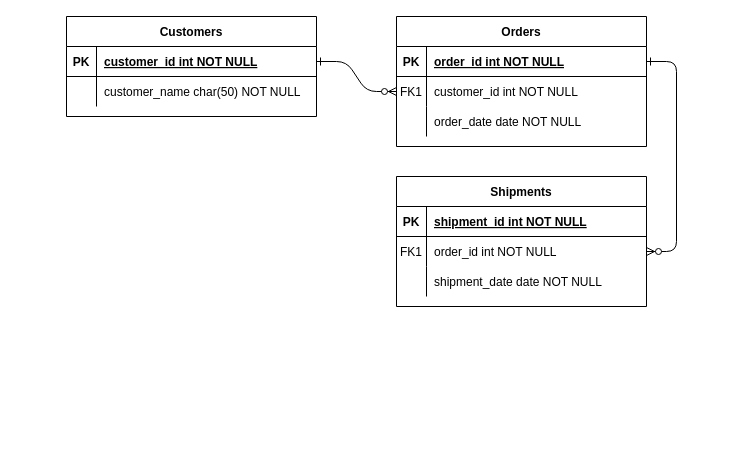
Before: Untitled Diagram.drawio in dezywandrio04/hrdapp, a draw.io diagram. Source tidied: cells renumbered, new cells numbered last; positions are measured from the earlier drawing's top-left corner, leaving out a move shared by most shapes. Both pictures are drawn from the tidied source at 100%, with x=0, y=0 at pixel (66, 16).
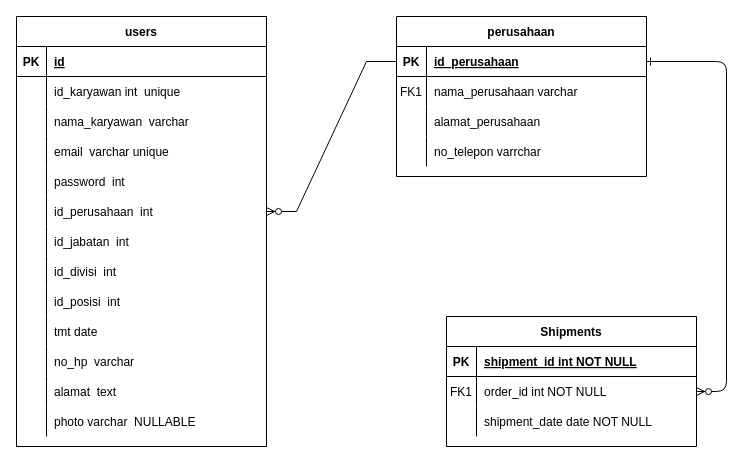
After the change.

The change refers to these unchanged cells:
```xml
<mxCell id="5" style="shape=partialRectangle;fillColor=none;points=[[0,0.5],[1,0.5]];portConstraint=eastwest;top=0;left=0;right=0;bottom=1;" parent="4" vertex="1">
  <mxGeometry y="30" width="250" height="30" as="geometry" />
</mxCell>
<mxCell id="8" style="shape=partialRectangle;fillColor=none;points=[[0,0.5],[1,0.5]];portConstraint=eastwest;top=0;left=0;right=0;bottom=0;" parent="4" vertex="1">
  <mxGeometry y="60" width="250" height="30" as="geometry" />
</mxCell>
<mxCell id="11" style="shape=partialRectangle;fillColor=none;top=0;left=0;right=0;bottom=0;" parent="4" vertex="1">
  <mxGeometry y="90" width="250" height="30" as="geometry" />
</mxCell>
<mxCell id="25" style="shape=partialRectangle;fillColor=none;points=[[0,0.5],[1,0.5]];portConstraint=eastwest;top=0;left=0;right=0;bottom=1;" parent="24" vertex="1">
  <mxGeometry y="30" width="250" height="30" as="geometry" />
</mxCell>
<mxCell id="28" style="shape=partialRectangle;fillColor=none;top=0;left=0;right=0;bottom=0;" parent="24" vertex="1">
  <mxGeometry y="60" width="250" height="30" as="geometry" />
</mxCell>
```

The edit, as a diff of the source:
```diff
@@
-    <mxCell id="2" style="edgeStyle=entityRelationEdgeStyle;endArrow=ERzeroToMany;startArrow=ERone;endFill=1;startFill=0;" parent="1" edge="1" source="25" target="8">
-      <mxGeometry relative="1" as="geometry" />
-    </mxCell>
@@
-    <mxCell id="4" value="Orders" style="shape=table;startSize=30;childLayout=tableLayout;rowLines=0;fontStyle=1;align=center;" parent="1" vertex="1">
-      <mxGeometry x="330" width="250" height="130" as="geometry" />
+    <mxCell id="4" value="perusahaan" style="shape=table;startSize=30;childLayout=tableLayout;rowLines=0;fontStyle=1;align=center;" parent="1" vertex="1">
+      <mxGeometry x="330" width="250" height="160" as="geometry" />
     </mxCell>
@@
-    <mxCell id="7" value="order_id int NOT NULL " style="shape=partialRectangle;overflow=hidden;fillColor=none;top=0;left=0;bottom=0;right=0;align=left;spacingLeft=6;fontStyle=5;" parent="5" vertex="1">
+    <mxCell id="7" value="id_perusahaan" style="shape=partialRectangle;overflow=hidden;fillColor=none;top=0;left=0;bottom=0;right=0;align=left;spacingLeft=6;fontStyle=5;" parent="5" vertex="1">
       <mxGeometry x="30" width="220" height="30" as="geometry" />
     </mxCell>
@@
-    <mxCell id="10" value="customer_id int NOT NULL" style="shape=partialRectangle;overflow=hidden;fillColor=none;top=0;left=0;bottom=0;right=0;align=left;spacingLeft=6;" parent="8" vertex="1">
+    <mxCell id="10" value="nama_perusahaan varchar" style="shape=partialRectangle;overflow=hidden;fillColor=none;top=0;left=0;bottom=0;right=0;align=left;spacingLeft=6;" parent="8" vertex="1">
       <mxGeometry x="30" width="220" height="30" as="geometry" />
     </mxCell>
@@
-    <mxCell id="13" value="order_date date NOT NULL" style="shape=partialRectangle;overflow=hidden;fillColor=none;top=0;left=0;bottom=0;right=0;align=left;spacingLeft=6;" parent="11" vertex="1">
+    <mxCell id="13" value="alamat_perusahaan" style="shape=partialRectangle;overflow=hidden;fillColor=none;top=0;left=0;bottom=0;right=0;align=left;spacingLeft=6;" parent="11" vertex="1">
       <mxGeometry x="30" width="220" height="30" as="geometry" />
     </mxCell>
+    <mxCell id="31" style="shape=partialRectangle;fillColor=none;top=0;left=0;right=0;bottom=0;" parent="4" vertex="1">
+      <mxGeometry y="120" width="250" height="30" as="geometry" />
+    </mxCell>
+    <mxCell id="32" style="shape=partialRectangle;overflow=hidden;fillColor=none;top=0;left=0;bottom=0;right=0;" parent="31" vertex="1">
+      <mxGeometry width="30" height="30" as="geometry" />
+    </mxCell>
+    <mxCell id="33" value="no_telepon varrchar" style="shape=partialRectangle;overflow=hidden;fillColor=none;top=0;left=0;bottom=0;right=0;align=left;spacingLeft=6;" parent="31" vertex="1">
+      <mxGeometry x="30" width="220" height="30" as="geometry" />
+    </mxCell>
     <mxCell id="14" value="Shipments" style="shape=table;startSize=30;childLayout=tableLayout;rowLines=0;fontStyle=1;align=center;" parent="1" vertex="1">
-      <mxGeometry x="330" y="160" width="250" height="130" as="geometry" />
+      <mxGeometry x="380" y="300" width="250" height="130" as="geometry" />
     </mxCell>
@@
-    <mxCell id="24" value="Customers" style="shape=table;startSize=30;childLayout=tableLayout;rowLines=0;fontStyle=1;align=center;" parent="1" vertex="1">
-      <mxGeometry width="250" height="100" as="geometry" />
+    <mxCell id="24" value="users" style="shape=table;startSize=30;childLayout=tableLayout;rowLines=0;fontStyle=1;align=center;" parent="1" vertex="1">
+      <mxGeometry x="-50" width="250" height="430" as="geometry" />
     </mxCell>
@@
-    <mxCell id="27" value="customer_id int NOT NULL " style="shape=partialRectangle;overflow=hidden;fillColor=none;top=0;left=0;bottom=0;right=0;align=left;spacingLeft=6;fontStyle=5;" parent="25" vertex="1">
+    <mxCell id="27" value="id" style="shape=partialRectangle;overflow=hidden;fillColor=none;top=0;left=0;bottom=0;right=0;align=left;spacingLeft=6;fontStyle=5;" parent="25" vertex="1">
       <mxGeometry x="30" width="220" height="30" as="geometry" />
     </mxCell>
@@
-    <mxCell id="30" value="customer_name char(50) NOT NULL" style="shape=partialRectangle;overflow=hidden;fillColor=none;top=0;left=0;bottom=0;right=0;align=left;spacingLeft=6;" parent="28" vertex="1">
+    <mxCell id="30" value="id_karyawan int  unique " style="shape=partialRectangle;overflow=hidden;fillColor=none;top=0;left=0;bottom=0;right=0;align=left;spacingLeft=6;" parent="28" vertex="1">
       <mxGeometry x="30" width="220" height="30" as="geometry" />
     </mxCell>
+    <mxCell id="34" style="shape=partialRectangle;fillColor=none;top=0;left=0;right=0;bottom=0;" parent="24" vertex="1">
+      <mxGeometry y="90" width="250" height="30" as="geometry" />
+    </mxCell>
+    <mxCell id="35" style="shape=partialRectangle;overflow=hidden;fillColor=none;top=0;left=0;bottom=0;right=0;" parent="34" vertex="1">
+      <mxGeometry width="30" height="30" as="geometry" />
+    </mxCell>
+    <mxCell id="36" value="nama_karyawan  varchar" style="shape=partialRectangle;overflow=hidden;fillColor=none;top=0;left=0;bottom=0;right=0;align=left;spacingLeft=6;" parent="34" vertex="1">
+      <mxGeometry x="30" width="220" height="30" as="geometry" />
+    </mxCell>
+    <mxCell id="37" style="shape=partialRectangle;fillColor=none;top=0;left=0;right=0;bottom=0;" parent="24" vertex="1">
+      <mxGeometry y="120" width="250" height="30" as="geometry" />
+    </mxCell>
+    <mxCell id="38" style="shape=partialRectangle;overflow=hidden;fillColor=none;top=0;left=0;bottom=0;right=0;" parent="37" vertex="1">
+      <mxGeometry width="30" height="30" as="geometry" />
+    </mxCell>
+    <mxCell id="39" value="email  varchar unique" style="shape=partialRectangle;overflow=hidden;fillColor=none;top=0;left=0;bottom=0;right=0;align=left;spacingLeft=6;" parent="37" vertex="1">
+      <mxGeometry x="30" width="220" height="30" as="geometry" />
+    </mxCell>
+    <mxCell id="40" style="shape=partialRectangle;fillColor=none;top=0;left=0;right=0;bottom=0;" parent="24" vertex="1">
+      <mxGeometry y="150" width="250" height="30" as="geometry" />
+    </mxCell>
+    <mxCell id="41" style="shape=partialRectangle;overflow=hidden;fillColor=none;top=0;left=0;bottom=0;right=0;" parent="40" vertex="1">
+      <mxGeometry width="30" height="30" as="geometry" />
+    </mxCell>
+    <mxCell id="42" value="password  int" style="shape=partialRectangle;overflow=hidden;fillColor=none;top=0;left=0;bottom=0;right=0;align=left;spacingLeft=6;" parent="40" vertex="1">
+      <mxGeometry x="30" width="220" height="30" as="geometry" />
+    </mxCell>
+    <mxCell id="43" style="shape=partialRectangle;fillColor=none;points=[[0,0.5],[1,0.5]];portConstraint=eastwest;top=0;left=0;right=0;bottom=0;" parent="24" vertex="1">
+      <mxGeometry y="180" width="250" height="30" as="geometry" />
+    </mxCell>
+    <mxCell id="44" style="shape=partialRectangle;overflow=hidden;fillColor=none;top=0;left=0;bottom=0;right=0;" parent="43" vertex="1">
+      <mxGeometry width="30" height="30" as="geometry" />
+    </mxCell>
+    <mxCell id="45" value="id_perusahaan  int" style="shape=partialRectangle;overflow=hidden;fillColor=none;top=0;left=0;bottom=0;right=0;align=left;spacingLeft=6;" parent="43" vertex="1">
+      <mxGeometry x="30" width="220" height="30" as="geometry" />
+    </mxCell>
+    <mxCell id="46" style="shape=partialRectangle;fillColor=none;top=0;left=0;right=0;bottom=0;" parent="24" vertex="1">
+      <mxGeometry y="210" width="250" height="30" as="geometry" />
+    </mxCell>
+    <mxCell id="47" style="shape=partialRectangle;overflow=hidden;fillColor=none;top=0;left=0;bottom=0;right=0;" parent="46" vertex="1">
+      <mxGeometry width="30" height="30" as="geometry" />
+    </mxCell>
+    <mxCell id="48" value="id_jabatan  int" style="shape=partialRectangle;overflow=hidden;fillColor=none;top=0;left=0;bottom=0;right=0;align=left;spacingLeft=6;" parent="46" vertex="1">
+      <mxGeometry x="30" width="220" height="30" as="geometry" />
+    </mxCell>
+    <mxCell id="49" style="shape=partialRectangle;fillColor=none;top=0;left=0;right=0;bottom=0;" parent="24" vertex="1">
+      <mxGeometry y="240" width="250" height="30" as="geometry" />
+    </mxCell>
+    <mxCell id="50" style="shape=partialRectangle;overflow=hidden;fillColor=none;top=0;left=0;bottom=0;right=0;" parent="49" vertex="1">
+      <mxGeometry width="30" height="30" as="geometry" />
+    </mxCell>
+    <mxCell id="51" value="id_divisi  int" style="shape=partialRectangle;overflow=hidden;fillColor=none;top=0;left=0;bottom=0;right=0;align=left;spacingLeft=6;" parent="49" vertex="1">
+      <mxGeometry x="30" width="220" height="30" as="geometry" />
+    </mxCell>
+    <mxCell id="52" style="shape=partialRectangle;fillColor=none;top=0;left=0;right=0;bottom=0;" parent="24" vertex="1">
+      <mxGeometry y="270" width="250" height="30" as="geometry" />
+    </mxCell>
+    <mxCell id="53" style="shape=partialRectangle;overflow=hidden;fillColor=none;top=0;left=0;bottom=0;right=0;" parent="52" vertex="1">
+      <mxGeometry width="30" height="30" as="geometry" />
+    </mxCell>
+    <mxCell id="54" value="id_posisi  int" style="shape=partialRectangle;overflow=hidden;fillColor=none;top=0;left=0;bottom=0;right=0;align=left;spacingLeft=6;" parent="52" vertex="1">
+      <mxGeometry x="30" width="220" height="30" as="geometry" />
+    </mxCell>
+    <mxCell id="55" style="shape=partialRectangle;fillColor=none;top=0;left=0;right=0;bottom=0;" parent="24" vertex="1">
+      <mxGeometry y="300" width="250" height="30" as="geometry" />
+    </mxCell>
+    <mxCell id="56" style="shape=partialRectangle;overflow=hidden;fillColor=none;top=0;left=0;bottom=0;right=0;" parent="55" vertex="1">
+      <mxGeometry width="30" height="30" as="geometry" />
+    </mxCell>
+    <mxCell id="57" value="tmt date" style="shape=partialRectangle;overflow=hidden;fillColor=none;top=0;left=0;bottom=0;right=0;align=left;spacingLeft=6;" parent="55" vertex="1">
+      <mxGeometry x="30" width="220" height="30" as="geometry" />
+    </mxCell>
+    <mxCell id="58" style="shape=partialRectangle;fillColor=none;top=0;left=0;right=0;bottom=0;" parent="24" vertex="1">
+      <mxGeometry y="330" width="250" height="30" as="geometry" />
+    </mxCell>
+    <mxCell id="59" style="shape=partialRectangle;overflow=hidden;fillColor=none;top=0;left=0;bottom=0;right=0;" parent="58" vertex="1">
+      <mxGeometry width="30" height="30" as="geometry" />
+    </mxCell>
+    <mxCell id="60" value="no_hp  varchar" style="shape=partialRectangle;overflow=hidden;fillColor=none;top=0;left=0;bottom=0;right=0;align=left;spacingLeft=6;" parent="58" vertex="1">
+      <mxGeometry x="30" width="220" height="30" as="geometry" />
+    </mxCell>
+    <mxCell id="61" style="shape=partialRectangle;fillColor=none;top=0;left=0;right=0;bottom=0;" parent="24" vertex="1">
+      <mxGeometry y="360" width="250" height="30" as="geometry" />
+    </mxCell>
+    <mxCell id="62" style="shape=partialRectangle;overflow=hidden;fillColor=none;top=0;left=0;bottom=0;right=0;" parent="61" vertex="1">
+      <mxGeometry width="30" height="30" as="geometry" />
+    </mxCell>
+    <mxCell id="63" value="alamat  text" style="shape=partialRectangle;overflow=hidden;fillColor=none;top=0;left=0;bottom=0;right=0;align=left;spacingLeft=6;" parent="61" vertex="1">
+      <mxGeometry x="30" width="220" height="30" as="geometry" />
+    </mxCell>
+    <mxCell id="64" style="shape=partialRectangle;fillColor=none;top=0;left=0;right=0;bottom=0;" parent="24" vertex="1">
+      <mxGeometry y="390" width="250" height="30" as="geometry" />
+    </mxCell>
+    <mxCell id="65" style="shape=partialRectangle;overflow=hidden;fillColor=none;top=0;left=0;bottom=0;right=0;" parent="64" vertex="1">
+      <mxGeometry width="30" height="30" as="geometry" />
+    </mxCell>
+    <mxCell id="66" value="photo varchar  NULLABLE" style="shape=partialRectangle;overflow=hidden;fillColor=none;top=0;left=0;bottom=0;right=0;align=left;spacingLeft=6;" parent="64" vertex="1">
+      <mxGeometry x="30" width="220" height="30" as="geometry" />
+    </mxCell>
+    <mxCell id="67" style="edgeStyle=entityRelationEdgeStyle;fontSize=12;html=1;endArrow=ERzeroToMany;endFill=1;rounded=0;entryX=1;entryY=0.5;entryDx=0;entryDy=0;exitX=0;exitY=0.5;exitDx=0;exitDy=0;" parent="1" edge="1" source="5" target="43">
+      <mxGeometry relative="1" as="geometry" />
+    </mxCell>
```
